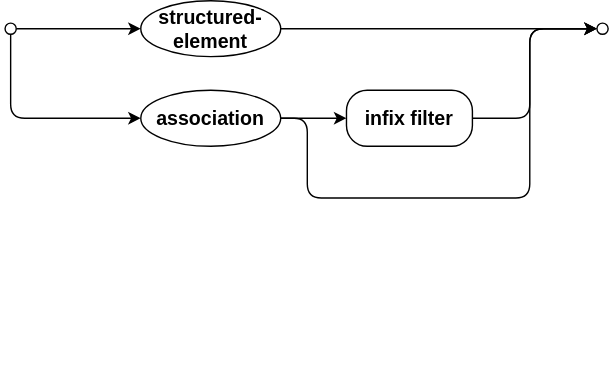
This is assets/cxl/path-segment.drawio.svg from capire/docs, a draw.io export, as it was before one commit. Source tidied: cells renumbered, new cells last; positions are measured from the earlier drawing's top-left corner, leaving out a move shared by most shapes.
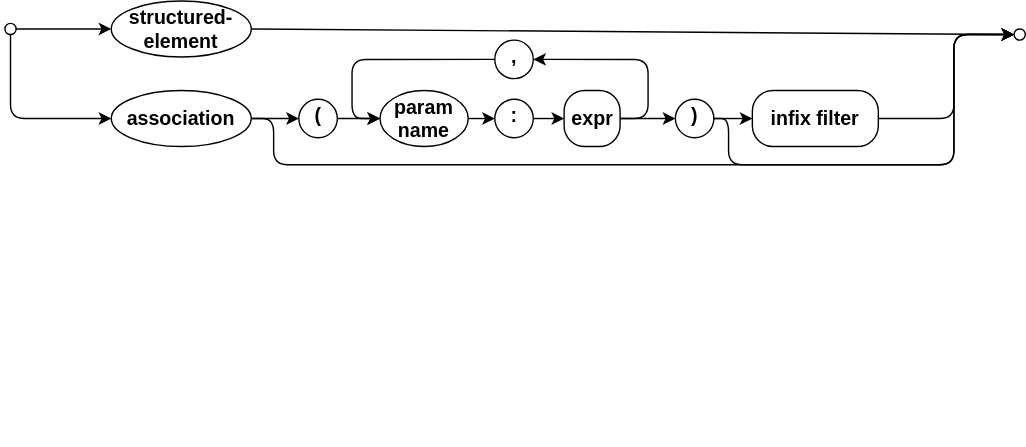
After the commit.

The edit, as a diff of the source:
```diff
@@ -3,55 +3,105 @@
     <mxCell id="0" />
     <mxCell id="1" parent="0" />
     <mxCell id="2" value="Best viewed with the &lt;a href=&quot;https://github.com/ariel-bentu/tam-drawio&quot;&gt;TAM plugin&lt;/a&gt;" style="text;html=1;shape=tamPluginMissing;" parent="1" vertex="1">
-      <mxGeometry x="164" y="252" width="200" height="25" as="geometry" />
+      <mxGeometry x="328.5" y="231" width="200" height="25" as="geometry" />
     </mxCell>
     <mxCell id="3" style="edgeStyle=none;html=1;fontStyle=1;verticalAlign=middle;fontSize=14;textDirection=ltr;strokeWidth=1;" parent="1" edge="1" source="4" target="6">
       <mxGeometry relative="1" as="geometry" />
     </mxCell>
     <mxCell id="4" style="ellipse;whiteSpace=wrap;html=1;fontStyle=1;verticalAlign=middle;fontSize=14;textDirection=ltr;strokeWidth=1;" parent="1" vertex="1">
-      <mxGeometry y="16" width="8" height="8" as="geometry" />
+      <mxGeometry x="-34" y="-46" width="8" height="8" as="geometry" />
     </mxCell>
     <mxCell id="5" style="edgeStyle=elbowEdgeStyle;html=1;labelBackgroundColor=none;rounded=1;elbow=vertical;endArrow=classic;endFill=1;align=center;exitX=0.5;exitY=1;exitDx=0;exitDy=0;entryX=0;entryY=0.5;entryDx=0;entryDy=0;fontStyle=1;verticalAlign=middle;fontSize=14;textDirection=ltr;strokeWidth=1;" parent="1" edge="1" source="4" target="8">
       <mxGeometry relative="1" as="geometry">
         <Array as="points">
-          <mxPoint x="52" y="84" />
+          <mxPoint x="18" y="22" />
         </Array>
       </mxGeometry>
     </mxCell>
     <mxCell id="6" value="&lt;span style=&quot;color: rgb(0, 0, 0);&quot;&gt;structured-element&lt;/span&gt;" style="ellipse;whiteSpace=wrap;html=1;align=center;newEdgeStyle={&quot;edgeStyle&quot;:&quot;entityRelationEdgeStyle&quot;,&quot;startArrow&quot;:&quot;none&quot;,&quot;endArrow&quot;:&quot;none&quot;,&quot;segment&quot;:10,&quot;curved&quot;:1,&quot;sourcePerimeterSpacing&quot;:0,&quot;targetPerimeterSpacing&quot;:0};fontStyle=1;verticalAlign=middle;fontSize=14;textDirection=ltr;strokeWidth=1;" parent="1" vertex="1">
-      <mxGeometry x="97" width="100" height="40" as="geometry" />
+      <mxGeometry x="42" y="-62" width="100" height="40" as="geometry" />
     </mxCell>
-    <mxCell id="7" style="edgeStyle=entityRelationEdgeStyle;html=1;startArrow=none;endArrow=classic;segment=10;curved=1;sourcePerimeterSpacing=0;targetPerimeterSpacing=0;entryX=0;entryY=0.5;entryDx=0;entryDy=0;endFill=1;fontStyle=1;verticalAlign=middle;fontSize=14;textDirection=ltr;strokeWidth=1;" parent="1" edge="1" source="8" target="11">
-      <mxGeometry relative="1" as="geometry" />
-    </mxCell>
     <mxCell id="8" value="association" style="ellipse;whiteSpace=wrap;html=1;align=center;newEdgeStyle={&quot;edgeStyle&quot;:&quot;entityRelationEdgeStyle&quot;,&quot;startArrow&quot;:&quot;none&quot;,&quot;endArrow&quot;:&quot;none&quot;,&quot;segment&quot;:10,&quot;curved&quot;:1,&quot;sourcePerimeterSpacing&quot;:0,&quot;targetPerimeterSpacing&quot;:0};fontStyle=1;verticalAlign=middle;fontSize=14;textDirection=ltr;strokeWidth=1;" parent="1" vertex="1">
-      <mxGeometry x="97" y="64" width="100" height="40" as="geometry" />
+      <mxGeometry x="42" y="2" width="100" height="40" as="geometry" />
     </mxCell>
     <mxCell id="9" style="ellipse;whiteSpace=wrap;html=1;fontStyle=1;verticalAlign=middle;fontSize=14;textDirection=ltr;strokeWidth=1;" parent="1" vertex="1">
-      <mxGeometry x="423" y="16" width="8" height="8" as="geometry" />
+      <mxGeometry x="687" y="-42" width="8" height="8" as="geometry" />
     </mxCell>
     <mxCell id="10" style="edgeStyle=none;html=1;exitX=1;exitY=0.5;exitDx=0;exitDy=0;entryX=0;entryY=0.5;entryDx=0;entryDy=0;fontStyle=1;verticalAlign=middle;fontSize=14;textDirection=ltr;strokeWidth=1;" parent="1" edge="1" source="6" target="9">
       <mxGeometry relative="1" as="geometry" />
     </mxCell>
     <mxCell id="11" value="infix filter" style="rounded=1;whiteSpace=wrap;html=1;strokeWidth=1;arcSize=37;fontStyle=1;verticalAlign=middle;fontSize=14;textDirection=ltr;" parent="1" vertex="1">
-      <mxGeometry x="244" y="64" width="90" height="40" as="geometry" />
+      <mxGeometry x="500" y="2" width="90" height="40" as="geometry" />
     </mxCell>
+    <mxCell id="14" value="param name" style="ellipse;align=center;newEdgeStyle={&quot;edgeStyle&quot;:&quot;entityRelationEdgeStyle&quot;,&quot;startArrow&quot;:&quot;none&quot;,&quot;endArrow&quot;:&quot;none&quot;,&quot;segment&quot;:10,&quot;curved&quot;:1,&quot;sourcePerimeterSpacing&quot;:0,&quot;targetPerimeterSpacing&quot;:0};textDirection=ltr;verticalAlign=middle;spacing=2;strokeWidth=1;fontSize=14;fontStyle=1;horizontal=1;whiteSpace=wrap;html=1;labelBorderColor=none;textShadow=0;" parent="1" vertex="1">
+      <mxGeometry x="234" y="2" width="63" height="40" as="geometry" />
+    </mxCell>
+    <mxCell id="15" value=":" style="ellipse;verticalAlign=middle;spacingBottom=4;textDirection=ltr;spacing=2;strokeWidth=1;fontSize=14;fontStyle=1;horizontal=1;whiteSpace=wrap;html=1;labelBorderColor=none;textShadow=0;" parent="1" vertex="1">
+      <mxGeometry x="316" y="8.2" width="27.5" height="27.5" as="geometry" />
+    </mxCell>
+    <mxCell id="16" style="edgeStyle=none;html=1;" parent="1" edge="1" source="17" target="23">
+      <mxGeometry relative="1" as="geometry" />
+    </mxCell>
+    <mxCell id="17" value="expr" style="rounded=1;strokeWidth=1;arcSize=37;textDirection=ltr;verticalAlign=middle;spacing=2;fontSize=14;fontStyle=1;horizontal=1;whiteSpace=wrap;html=1;labelBorderColor=none;textShadow=0;strokeColor=default;align=center;fontFamily=Helvetica;fontColor=default;fillColor=default;" parent="1" vertex="1">
+      <mxGeometry x="365.5" y="2" width="40" height="40" as="geometry" />
+    </mxCell>
+    <mxCell id="18" style="edgeStyle=orthogonalEdgeStyle;rounded=1;jettySize=auto;html=1;exitX=1;exitY=0.5;exitDx=0;exitDy=0;entryX=0;entryY=0.5;entryDx=0;entryDy=0;startArrow=none;startFill=0;endArrow=classic;endFill=1;startSize=6;endSize=6;align=center;fontSize=12;labelBackgroundColor=none;" parent="1" edge="1" source="14" target="15">
+      <mxGeometry relative="1" as="geometry" />
+    </mxCell>
+    <mxCell id="19" style="edgeStyle=orthogonalEdgeStyle;rounded=1;jettySize=auto;html=1;exitX=1;exitY=0.5;exitDx=0;exitDy=0;entryX=0;entryY=0.5;entryDx=0;entryDy=0;startArrow=none;startFill=0;endArrow=classic;endFill=1;startSize=6;endSize=6;align=center;fontSize=12;labelBackgroundColor=none;" parent="1" edge="1" source="15" target="17">
+      <mxGeometry relative="1" as="geometry" />
+    </mxCell>
+    <mxCell id="20" value="," style="ellipse;verticalAlign=middle;spacingBottom=4;textDirection=ltr;spacing=2;strokeWidth=1;fontSize=14;fontStyle=1;horizontal=1;whiteSpace=wrap;html=1;labelBorderColor=none;textShadow=0;" parent="1" vertex="1">
+      <mxGeometry x="316" y="-34" width="27.5" height="27.5" as="geometry" />
+    </mxCell>
-    <mxCell id="12" style="edgeStyle=elbowEdgeStyle;html=1;labelBackgroundColor=none;rounded=1;elbow=horizontal;endArrow=classic;endFill=1;align=left;exitX=1;exitY=0.5;exitDx=0;exitDy=0;entryX=0;entryY=0.5;entryDx=0;entryDy=0;fontStyle=1;verticalAlign=middle;fontSize=14;textDirection=ltr;strokeWidth=1;" parent="1" edge="1" source="11" target="9">
+    <mxCell id="12" style="edgeStyle=orthogonalEdgeStyle;rounded=1;jettySize=auto;html=1;exitX=1;exitY=0.5;exitDx=0;exitDy=0;entryX=0;entryY=0.5;entryDx=0;entryDy=0;startArrow=none;startFill=0;endArrow=classic;endFill=1;startSize=6;endSize=6;align=center;fontSize=12;labelBackgroundColor=none;" parent="1" edge="1" source="11" target="9">
       <mxGeometry relative="1" as="geometry">
         <Array as="points">
-          <mxPoint x="375" y="53" />
+          <mxPoint x="644" y="22" />
+          <mxPoint x="644" y="-38" />
         </Array>
       </mxGeometry>
     </mxCell>
+    <mxCell id="21" style="edgeStyle=none;html=1;entryX=0;entryY=0.5;entryDx=0;entryDy=0;" parent="1" edge="1" source="22" target="14">
+      <mxGeometry relative="1" as="geometry" />
+    </mxCell>
+    <mxCell id="22" value="(" style="ellipse;verticalAlign=middle;spacingBottom=4;textDirection=ltr;spacing=2;strokeWidth=1;fontSize=14;fontStyle=1;horizontal=1;whiteSpace=wrap;html=1;labelBorderColor=none;textShadow=0;" parent="1" vertex="1">
+      <mxGeometry x="176" y="8.2" width="27.5" height="27.5" as="geometry" />
+    </mxCell>
+    <mxCell id="23" value=")" style="ellipse;verticalAlign=middle;spacingBottom=4;textDirection=ltr;spacing=2;strokeWidth=1;fontSize=14;fontStyle=1;horizontal=1;whiteSpace=wrap;html=1;labelBorderColor=none;textShadow=0;" parent="1" vertex="1">
+      <mxGeometry x="445" y="8.2" width="27.5" height="27.5" as="geometry" />
+    </mxCell>
+    <mxCell id="24" style="edgeStyle=orthogonalEdgeStyle;rounded=1;jettySize=auto;html=1;exitX=0;exitY=0.5;exitDx=0;exitDy=0;entryX=0;entryY=0.5;entryDx=0;entryDy=0;startArrow=none;startFill=0;endArrow=classic;endFill=1;startSize=6;endSize=6;align=center;fontSize=12;labelBackgroundColor=none;" parent="1" edge="1" source="20" target="14">
+      <mxGeometry relative="1" as="geometry" />
+    </mxCell>
+    <mxCell id="25" style="edgeStyle=orthogonalEdgeStyle;rounded=1;jettySize=auto;html=1;exitX=1;exitY=0.5;exitDx=0;exitDy=0;entryX=0;entryY=0.5;entryDx=0;entryDy=0;startArrow=none;startFill=0;endArrow=classic;endFill=1;startSize=6;endSize=6;align=center;fontSize=12;labelBackgroundColor=none;" parent="1" edge="1" source="23" target="11">
+      <mxGeometry relative="1" as="geometry" />
+    </mxCell>
+    <mxCell id="26" style="edgeStyle=orthogonalEdgeStyle;rounded=1;jettySize=auto;html=1;exitX=1;exitY=0.5;exitDx=0;exitDy=0;entryX=0;entryY=0.5;entryDx=0;entryDy=0;startArrow=none;startFill=0;endArrow=classic;endFill=1;startSize=6;endSize=6;align=center;fontSize=12;labelBackgroundColor=none;" parent="1" edge="1" source="8" target="22">
+      <mxGeometry relative="1" as="geometry" />
+    </mxCell>
+    <mxCell id="27" style="edgeStyle=orthogonalEdgeStyle;rounded=1;jettySize=auto;html=1;exitX=1;exitY=0.5;exitDx=0;exitDy=0;entryX=1;entryY=0.5;entryDx=0;entryDy=0;startArrow=none;startFill=0;endArrow=classic;endFill=1;startSize=6;endSize=6;align=center;fontSize=12;labelBackgroundColor=none;" parent="1" edge="1" source="17" target="20">
+      <mxGeometry relative="1" as="geometry" />
+    </mxCell>
-    <mxCell id="13" style="edgeStyle=orthogonalEdgeStyle;rounded=1;jettySize=auto;html=1;exitX=1;exitY=0.5;exitDx=0;exitDy=0;entryX=0;entryY=0.5;entryDx=0;entryDy=0;startArrow=none;startFill=0;endArrow=classic;endFill=1;startSize=6;endSize=6;align=center;fontSize=14;labelBackgroundColor=none;fontStyle=1;verticalAlign=middle;textDirection=ltr;strokeWidth=1;" parent="1" edge="1" source="8" target="9">
+    <mxCell id="13" style="edgeStyle=orthogonalEdgeStyle;rounded=1;jettySize=auto;html=1;exitX=1;exitY=0.5;exitDx=0;exitDy=0;entryX=0;entryY=0.5;entryDx=0;entryDy=0;startArrow=none;startFill=0;endArrow=classic;endFill=1;startSize=6;endSize=6;align=center;fontSize=12;labelBackgroundColor=none;" parent="1" edge="1" source="8" target="9">
       <mxGeometry relative="1" as="geometry">
         <Array as="points">
-          <mxPoint x="216" y="84" />
-          <mxPoint x="216" y="141" />
-          <mxPoint x="375" y="141" />
-          <mxPoint x="375" y="20" />
+          <mxPoint x="158" y="22" />
+          <mxPoint x="158" y="55" />
+          <mxPoint x="644" y="55" />
+          <mxPoint x="644" y="-38" />
         </Array>
       </mxGeometry>
     </mxCell>
+    <mxCell id="28" style="edgeStyle=orthogonalEdgeStyle;rounded=1;jettySize=auto;html=1;exitX=1;exitY=0.5;exitDx=0;exitDy=0;entryX=0;entryY=0.5;entryDx=0;entryDy=0;startArrow=none;startFill=0;endArrow=classic;endFill=1;startSize=6;endSize=6;align=center;fontSize=12;labelBackgroundColor=none;" parent="1" edge="1" source="23" target="9">
+      <mxGeometry relative="1" as="geometry">
+        <Array as="points">
+          <mxPoint x="483" y="22" />
+          <mxPoint x="483" y="55" />
+          <mxPoint x="644" y="55" />
+          <mxPoint x="644" y="-38" />
+        </Array>
+      </mxGeometry>
+    </mxCell>
   </root>
 </mxGraphModel>
```
